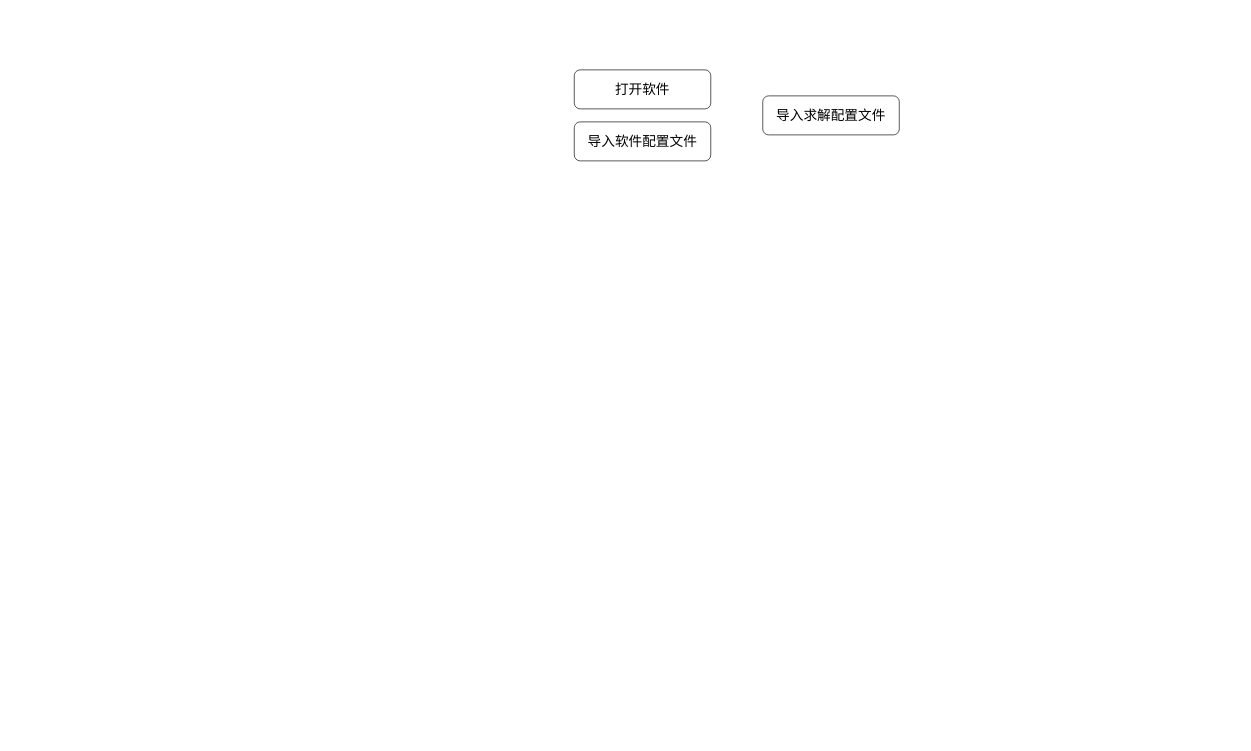
This is 未命名绘图.drawio from Aioops/git_test, a draw.io file, before an edit. Source tidied: cells renumbered, new cells numbered last; positions are measured from the earlier drawing's top-left corner, leaving out a move shared by most shapes. Both pictures are drawn from the tidied source at 65%, with x=0, y=0 at pixel (574, 70).
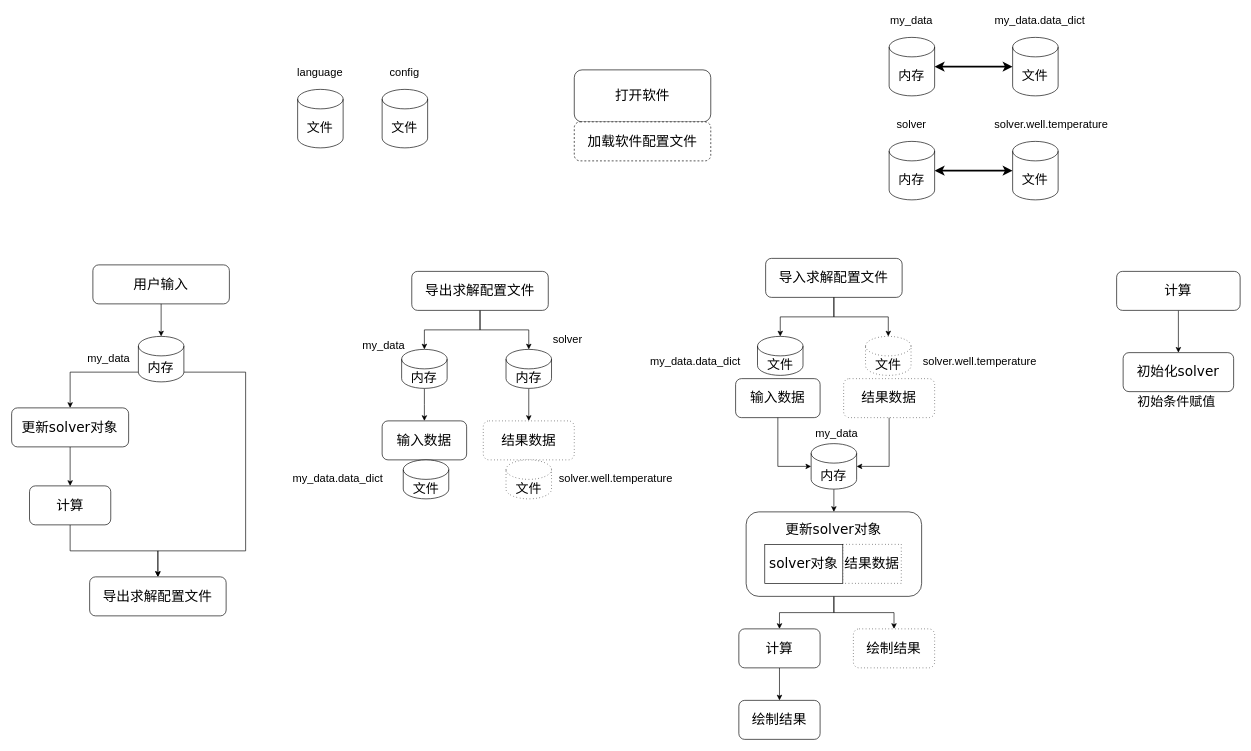
The same page after the edit.

Commit message:
更新未命名绘图.drawio

Change to the diagram source:
```diff
@@
     <mxCell id="2" value="&lt;font style=&quot;font-size: 21px;&quot;&gt;打开软件&lt;/font&gt;" style="rounded=1;whiteSpace=wrap;html=1;shadow=0;labelBackgroundColor=none;strokeWidth=1;fontFamily=Verdana;fontSize=8;align=center;" parent="1" vertex="1">
-      <mxGeometry width="210" height="60" as="geometry" />
+      <mxGeometry width="210" height="80" as="geometry" />
     </mxCell>
-    <mxCell id="3" value="&lt;span style=&quot;font-size: 21px;&quot;&gt;导入软件配置文件&lt;/span&gt;" style="rounded=1;whiteSpace=wrap;html=1;shadow=0;labelBackgroundColor=none;strokeWidth=1;fontFamily=Verdana;fontSize=8;align=center;" parent="1" vertex="1">
+    <mxCell id="3" value="&lt;span style=&quot;font-size: 21px;&quot;&gt;加载软件配置文件&lt;/span&gt;" style="rounded=1;whiteSpace=wrap;html=1;shadow=0;labelBackgroundColor=none;strokeWidth=1;fontFamily=Verdana;fontSize=8;align=center;glass=0;dashed=1;" parent="1" vertex="1">
       <mxGeometry y="80" width="210" height="60" as="geometry" />
     </mxCell>
     <mxCell id="4" value="&lt;span style=&quot;font-size: 21px;&quot;&gt;导入求解配置文件&lt;/span&gt;" style="rounded=1;whiteSpace=wrap;html=1;shadow=0;labelBackgroundColor=none;strokeWidth=1;fontFamily=Verdana;fontSize=8;align=center;" parent="1" vertex="1">
-      <mxGeometry x="290" y="40" width="210" height="60" as="geometry" />
+      <mxGeometry x="294.4" y="290" width="210" height="60" as="geometry" />
     </mxCell>
+    <mxCell id="5" style="edgeStyle=orthogonalEdgeStyle;rounded=0;jettySize=auto;html=1;exitX=0.5;exitY=1;exitDx=0;exitDy=0;" parent="1" edge="1" source="6" target="28">
+      <mxGeometry relative="1" as="geometry" />
+    </mxCell>
+    <mxCell id="6" value="&lt;span style=&quot;font-size: 21px;&quot;&gt;导出求解配置文件&lt;/span&gt;" style="rounded=1;whiteSpace=wrap;html=1;shadow=0;labelBackgroundColor=none;strokeWidth=1;fontFamily=Verdana;fontSize=8;align=center;" parent="1" vertex="1">
+      <mxGeometry x="-250" y="310" width="210" height="60" as="geometry" />
+    </mxCell>
+    <mxCell id="7" value="&lt;span style=&quot;font-size: 21px;&quot;&gt;输入数据&lt;/span&gt;" style="rounded=1;whiteSpace=wrap;html=1;shadow=0;labelBackgroundColor=none;strokeWidth=1;fontFamily=Verdana;fontSize=8;align=center;" parent="1" vertex="1">
+      <mxGeometry x="248.2" y="475" width="130" height="60" as="geometry" />
+    </mxCell>
+    <mxCell id="8" value="&lt;span style=&quot;font-size: 21px;&quot;&gt;结果数据&lt;/span&gt;" style="rounded=1;whiteSpace=wrap;html=1;shadow=0;labelBackgroundColor=none;strokeWidth=1;fontFamily=Verdana;fontSize=8;align=center;dashed=1;dashPattern=1 4;" parent="1" vertex="1">
+      <mxGeometry x="414.4" y="475" width="140" height="60" as="geometry" />
+    </mxCell>
+    <mxCell id="9" style="edgeStyle=orthogonalEdgeStyle;rounded=0;jettySize=auto;html=1;exitX=0.5;exitY=1;exitDx=0;exitDy=0;entryX=0.5;entryY=0;entryDx=0;entryDy=0;" parent="1" edge="1" source="11" target="13">
+      <mxGeometry relative="1" as="geometry" />
+    </mxCell>
+    <mxCell id="10" style="edgeStyle=orthogonalEdgeStyle;rounded=0;jettySize=auto;html=1;exitX=0.5;exitY=1;exitDx=0;exitDy=0;entryX=0.5;entryY=0;entryDx=0;entryDy=0;" parent="1" edge="1" source="11" target="14">
+      <mxGeometry relative="1" as="geometry" />
+    </mxCell>
+    <mxCell id="11" value="&lt;span style=&quot;font-size: 21px;&quot;&gt;更新solver对象&lt;/span&gt;&lt;div&gt;&lt;span style=&quot;font-size: 21px;&quot;&gt;&lt;br&gt;&lt;/span&gt;&lt;/div&gt;&lt;div&gt;&lt;span style=&quot;color: rgba(0, 0, 0, 0); font-family: monospace; font-size: 0px; text-align: start; text-wrap: nowrap; background-color: initial;&quot;&gt;&lt;br&gt;&lt;/span&gt;&lt;/div&gt;&lt;div&gt;&lt;span style=&quot;color: rgba(0, 0, 0, 0); font-family: monospace; font-size: 0px; text-align: start; text-wrap: nowrap; background-color: initial;&quot;&gt;&lt;br&gt;&lt;/span&gt;&lt;/div&gt;&lt;div&gt;&lt;span style=&quot;color: rgba(0, 0, 0, 0); font-family: monospace; font-size: 0px; text-align: start; text-wrap: nowrap; background-color: initial;&quot;&gt;&lt;br&gt;&lt;/span&gt;&lt;/div&gt;&lt;div&gt;&lt;span style=&quot;color: rgba(0, 0, 0, 0); font-family: monospace; font-size: 0px; text-align: start; text-wrap: nowrap; background-color: initial;&quot;&gt;&lt;br&gt;&lt;/span&gt;&lt;/div&gt;&lt;div&gt;&lt;span style=&quot;color: rgba(0, 0, 0, 0); font-family: monospace; font-size: 0px; text-align: start; text-wrap: nowrap; background-color: initial;&quot;&gt;&lt;br&gt;&lt;/span&gt;&lt;/div&gt;" style="rounded=1;whiteSpace=wrap;html=1;shadow=0;labelBackgroundColor=none;strokeWidth=1;fontFamily=Verdana;fontSize=8;align=center;" parent="1" vertex="1">
+      <mxGeometry x="264.4" y="680" width="270" height="130" as="geometry" />
+    </mxCell>
+    <mxCell id="12" style="edgeStyle=orthogonalEdgeStyle;rounded=0;jettySize=auto;html=1;exitX=0.5;exitY=1;exitDx=0;exitDy=0;entryX=0.5;entryY=0;entryDx=0;entryDy=0;" parent="1" edge="1" source="13" target="56">
+      <mxGeometry relative="1" as="geometry" />
+    </mxCell>
+    <mxCell id="13" value="&lt;span style=&quot;font-size: 21px;&quot;&gt;计算&lt;/span&gt;" style="rounded=1;whiteSpace=wrap;html=1;shadow=0;labelBackgroundColor=none;strokeWidth=1;fontFamily=Verdana;fontSize=8;align=center;" parent="1" vertex="1">
+      <mxGeometry x="253.2" y="860" width="125" height="60" as="geometry" />
+    </mxCell>
+    <mxCell id="14" value="&lt;span style=&quot;font-size: 21px;&quot;&gt;绘制结果&lt;/span&gt;" style="rounded=1;whiteSpace=wrap;html=1;shadow=0;labelBackgroundColor=none;strokeWidth=1;fontFamily=Verdana;fontSize=8;align=center;dashed=1;dashPattern=1 4;" parent="1" vertex="1">
+      <mxGeometry x="429.4" y="860" width="125" height="60" as="geometry" />
+    </mxCell>
+    <mxCell id="15" value="用户输入" style="rounded=1;whiteSpace=wrap;html=1;shadow=0;labelBackgroundColor=none;strokeWidth=1;fontFamily=Verdana;fontSize=21;align=center;" parent="1" vertex="1">
+      <mxGeometry x="-740.6" y="300" width="210" height="60" as="geometry" />
+    </mxCell>
+    <mxCell id="16" style="edgeStyle=orthogonalEdgeStyle;rounded=0;jettySize=auto;html=1;exitX=1;exitY=0.5;exitDx=0;exitDy=0;exitPerimeter=0;fontSize=18;targetPerimeterSpacing=0;strokeWidth=3;startArrow=classic;startFill=1;" parent="1" edge="1" source="17" target="18">
+      <mxGeometry relative="1" as="geometry" />
+    </mxCell>
+    <mxCell id="17" value="内存" style="shape=cylinder3;whiteSpace=wrap;html=1;boundedLbl=1;backgroundOutline=1;size=15;fontSize=20;" parent="1" vertex="1">
+      <mxGeometry x="484.4" y="-50" width="70" height="90" as="geometry" />
+    </mxCell>
+    <mxCell id="18" value="文件" style="shape=cylinder3;whiteSpace=wrap;html=1;boundedLbl=1;backgroundOutline=1;size=15;fontSize=20;" parent="1" vertex="1">
+      <mxGeometry x="674.4" y="-50" width="70" height="90" as="geometry" />
+    </mxCell>
+    <mxCell id="19" value="my_data" style="text;html=1;align=center;verticalAlign=middle;whiteSpace=wrap;rounded=0;fontSize=17;" parent="1" vertex="1">
+      <mxGeometry x="489.4" y="-90" width="60" height="30" as="geometry" />
+    </mxCell>
+    <mxCell id="20" value="my_data.data_dict" style="text;html=1;align=center;verticalAlign=middle;whiteSpace=wrap;rounded=0;fontSize=17;" parent="1" vertex="1">
+      <mxGeometry x="634.4" y="-90" width="165" height="30" as="geometry" />
+    </mxCell>
+    <mxCell id="21" style="edgeStyle=orthogonalEdgeStyle;rounded=0;jettySize=auto;html=1;exitX=1;exitY=0.5;exitDx=0;exitDy=0;exitPerimeter=0;fontSize=18;targetPerimeterSpacing=0;strokeWidth=3;startArrow=classic;startFill=1;" parent="1" edge="1" source="22" target="23">
+      <mxGeometry relative="1" as="geometry" />
+    </mxCell>
+    <mxCell id="22" value="内存" style="shape=cylinder3;whiteSpace=wrap;html=1;boundedLbl=1;backgroundOutline=1;size=15;fontSize=20;" parent="1" vertex="1">
+      <mxGeometry x="484.4" y="110" width="70" height="90" as="geometry" />
+    </mxCell>
+    <mxCell id="23" value="文件" style="shape=cylinder3;whiteSpace=wrap;html=1;boundedLbl=1;backgroundOutline=1;size=15;fontSize=20;" parent="1" vertex="1">
+      <mxGeometry x="674.4" y="110" width="70" height="90" as="geometry" />
+    </mxCell>
+    <mxCell id="24" value="solver" style="text;html=1;align=center;verticalAlign=middle;whiteSpace=wrap;rounded=0;fontSize=17;" parent="1" vertex="1">
+      <mxGeometry x="489.4" y="70" width="60" height="30" as="geometry" />
+    </mxCell>
+    <mxCell id="25" value="solver.well.temperature" style="text;html=1;align=center;verticalAlign=middle;whiteSpace=wrap;rounded=0;fontSize=17;" parent="1" vertex="1">
+      <mxGeometry x="634.4" y="70" width="200" height="30" as="geometry" />
+    </mxCell>
+    <mxCell id="26" value="文件" style="shape=cylinder3;whiteSpace=wrap;html=1;boundedLbl=1;backgroundOutline=1;size=15;fontSize=20;" parent="1" vertex="1">
+      <mxGeometry x="281.9" y="410" width="70" height="60" as="geometry" />
+    </mxCell>
+    <mxCell id="27" style="edgeStyle=orthogonalEdgeStyle;rounded=0;jettySize=auto;html=1;exitX=0.5;exitY=1;exitDx=0;exitDy=0;exitPerimeter=0;" parent="1" edge="1" source="28" target="50">
+      <mxGeometry relative="1" as="geometry" />
+    </mxCell>
+    <mxCell id="28" value="内存" style="shape=cylinder3;whiteSpace=wrap;html=1;boundedLbl=1;backgroundOutline=1;size=15;fontSize=20;" parent="1" vertex="1">
+      <mxGeometry x="-265.6" y="430" width="70" height="60" as="geometry" />
+    </mxCell>
+    <mxCell id="29" style="edgeStyle=orthogonalEdgeStyle;rounded=0;jettySize=auto;html=1;exitX=0.5;exitY=1;exitDx=0;exitDy=0;entryX=0.5;entryY=0;entryDx=0;entryDy=0;" parent="1" edge="1" source="30" target="40">
+      <mxGeometry relative="1" as="geometry" />
+    </mxCell>
+    <mxCell id="30" value="&lt;span style=&quot;font-size: 21px;&quot;&gt;更新solver对象&lt;/span&gt;" style="rounded=1;whiteSpace=wrap;html=1;shadow=0;labelBackgroundColor=none;strokeWidth=1;fontFamily=Verdana;fontSize=8;align=center;" parent="1" vertex="1">
+      <mxGeometry x="-865.6" y="520" width="180" height="60" as="geometry" />
+    </mxCell>
+    <mxCell id="31" style="edgeStyle=orthogonalEdgeStyle;rounded=0;jettySize=auto;html=1;exitX=0.5;exitY=1;exitDx=0;exitDy=0;exitPerimeter=0;entryX=0.5;entryY=0;entryDx=0;entryDy=0;" parent="1" edge="1" source="32" target="11">
+      <mxGeometry relative="1" as="geometry" />
+    </mxCell>
+    <mxCell id="32" value="内存" style="shape=cylinder3;whiteSpace=wrap;html=1;boundedLbl=1;backgroundOutline=1;size=15;fontSize=20;" parent="1" vertex="1">
+      <mxGeometry x="364.4" y="575" width="70" height="70" as="geometry" />
+    </mxCell>
+    <mxCell id="33" value="my_data" style="text;html=1;align=center;verticalAlign=middle;whiteSpace=wrap;rounded=0;fontSize=17;" parent="1" vertex="1">
+      <mxGeometry x="374.4" y="545" width="60" height="30" as="geometry" />
+    </mxCell>
+    <mxCell id="34" style="edgeStyle=orthogonalEdgeStyle;rounded=0;jettySize=auto;html=1;exitX=0;exitY=1;exitDx=0;exitDy=-15;exitPerimeter=0;entryX=0.5;entryY=0;entryDx=0;entryDy=0;" parent="1" edge="1" source="36" target="30">
+      <mxGeometry relative="1" as="geometry" />
+    </mxCell>
+    <mxCell id="35" style="edgeStyle=orthogonalEdgeStyle;rounded=0;jettySize=auto;html=1;exitX=1;exitY=1;exitDx=0;exitDy=-15;exitPerimeter=0;entryX=0.5;entryY=0;entryDx=0;entryDy=0;" parent="1" edge="1" source="36" target="41">
+      <mxGeometry relative="1" as="geometry">
+        <Array as="points">
+          <mxPoint x="-505.6" y="465" />
+          <mxPoint x="-505.6" y="740" />
+          <mxPoint x="-640.6" y="740" />
+        </Array>
+      </mxGeometry>
+    </mxCell>
+    <mxCell id="36" value="内存" style="shape=cylinder3;whiteSpace=wrap;html=1;boundedLbl=1;backgroundOutline=1;size=15;fontSize=20;" parent="1" vertex="1">
+      <mxGeometry x="-670.6" y="410" width="70" height="70" as="geometry" />
+    </mxCell>
+    <mxCell id="37" value="my_data" style="text;html=1;align=center;verticalAlign=middle;whiteSpace=wrap;rounded=0;fontSize=17;" parent="1" vertex="1">
+      <mxGeometry x="-745.6" y="430" width="60" height="30" as="geometry" />
+    </mxCell>
+    <mxCell id="38" value="文件" style="shape=cylinder3;whiteSpace=wrap;html=1;boundedLbl=1;backgroundOutline=1;size=15;fontSize=20;dashed=1;dashPattern=1 4;" parent="1" vertex="1">
+      <mxGeometry x="448.1" y="410" width="70" height="60" as="geometry" />
+    </mxCell>
+    <mxCell id="39" style="edgeStyle=orthogonalEdgeStyle;rounded=0;jettySize=auto;html=1;exitX=0.5;exitY=1;exitDx=0;exitDy=0;entryX=0.5;entryY=0;entryDx=0;entryDy=0;" parent="1" edge="1" source="40" target="41">
+      <mxGeometry relative="1" as="geometry" />
+    </mxCell>
+    <mxCell id="40" value="&lt;span style=&quot;font-size: 21px;&quot;&gt;计算&lt;/span&gt;" style="rounded=1;whiteSpace=wrap;html=1;shadow=0;labelBackgroundColor=none;strokeWidth=1;fontFamily=Verdana;fontSize=8;align=center;" parent="1" vertex="1">
+      <mxGeometry x="-838.1" y="640" width="125" height="60" as="geometry" />
+    </mxCell>
+    <mxCell id="41" value="&lt;span style=&quot;font-size: 21px;&quot;&gt;导出求解配置文件&lt;/span&gt;" style="rounded=1;whiteSpace=wrap;html=1;shadow=0;labelBackgroundColor=none;strokeWidth=1;fontFamily=Verdana;fontSize=8;align=center;" parent="1" vertex="1">
+      <mxGeometry x="-745.6" y="780" width="210" height="60" as="geometry" />
+    </mxCell>
+    <mxCell id="42" style="edgeStyle=orthogonalEdgeStyle;rounded=0;jettySize=auto;html=1;exitX=0.5;exitY=1;exitDx=0;exitDy=0;entryX=0.5;entryY=0;entryDx=0;entryDy=0;" parent="1" edge="1" source="43" target="57">
+      <mxGeometry relative="1" as="geometry" />
+    </mxCell>
+    <mxCell id="43" value="&lt;span style=&quot;font-size: 21px;&quot;&gt;计算&lt;/span&gt;" style="rounded=1;whiteSpace=wrap;html=1;shadow=0;labelBackgroundColor=none;strokeWidth=1;fontFamily=Verdana;fontSize=8;align=center;" parent="1" vertex="1">
+      <mxGeometry x="834.4" y="310" width="190" height="60" as="geometry" />
+    </mxCell>
+    <mxCell id="44" style="edgeStyle=orthogonalEdgeStyle;rounded=0;jettySize=auto;html=1;exitX=0.5;exitY=1;exitDx=0;exitDy=0;exitPerimeter=0;entryX=0.5;entryY=0;entryDx=0;entryDy=0;" parent="1" edge="1" source="45" target="51">
+      <mxGeometry relative="1" as="geometry" />
+    </mxCell>
+    <mxCell id="45" value="内存" style="shape=cylinder3;whiteSpace=wrap;html=1;boundedLbl=1;backgroundOutline=1;size=15;fontSize=20;" parent="1" vertex="1">
+      <mxGeometry x="-105" y="430" width="70" height="60" as="geometry" />
+    </mxCell>
+    <mxCell id="46" value="my_data.data_dict" style="text;html=1;align=center;verticalAlign=middle;whiteSpace=wrap;rounded=0;fontSize=17;" parent="1" vertex="1">
+      <mxGeometry x="104.4" y="435" width="165" height="30" as="geometry" />
+    </mxCell>
+    <mxCell id="47" value="solver.well.temperature" style="text;html=1;align=center;verticalAlign=middle;whiteSpace=wrap;rounded=0;fontSize=17;" parent="1" vertex="1">
+      <mxGeometry x="524.4" y="435" width="200" height="30" as="geometry" />
+    </mxCell>
+    <mxCell id="48" value="my_data" style="text;html=1;align=center;verticalAlign=middle;whiteSpace=wrap;rounded=0;fontSize=17;" parent="1" vertex="1">
+      <mxGeometry x="-323.1" y="410" width="60" height="30" as="geometry" />
+    </mxCell>
+    <mxCell id="49" value="solver" style="text;html=1;align=center;verticalAlign=middle;whiteSpace=wrap;rounded=0;fontSize=17;" parent="1" vertex="1">
+      <mxGeometry x="-40" y="400" width="60" height="30" as="geometry" />
+    </mxCell>
+    <mxCell id="50" value="&lt;span style=&quot;font-size: 21px;&quot;&gt;输入数据&lt;/span&gt;" style="rounded=1;whiteSpace=wrap;html=1;shadow=0;labelBackgroundColor=none;strokeWidth=1;fontFamily=Verdana;fontSize=8;align=center;" parent="1" vertex="1">
+      <mxGeometry x="-295.6" y="540" width="130" height="60" as="geometry" />
+    </mxCell>
+    <mxCell id="51" value="&lt;span style=&quot;font-size: 21px;&quot;&gt;结果数据&lt;/span&gt;" style="rounded=1;whiteSpace=wrap;html=1;shadow=0;labelBackgroundColor=none;strokeWidth=1;fontFamily=Verdana;fontSize=8;align=center;dashed=1;dashPattern=1 4;" parent="1" vertex="1">
+      <mxGeometry x="-140" y="540" width="140" height="60" as="geometry" />
+    </mxCell>
+    <mxCell id="52" value="文件" style="shape=cylinder3;whiteSpace=wrap;html=1;boundedLbl=1;backgroundOutline=1;size=15;fontSize=20;" parent="1" vertex="1">
+      <mxGeometry x="-263.1" y="600" width="70" height="60" as="geometry" />
+    </mxCell>
+    <mxCell id="53" value="文件" style="shape=cylinder3;whiteSpace=wrap;html=1;boundedLbl=1;backgroundOutline=1;size=15;fontSize=20;dashed=1;dashPattern=1 4;" parent="1" vertex="1">
+      <mxGeometry x="-105" y="600" width="70" height="60" as="geometry" />
+    </mxCell>
+    <mxCell id="54" value="my_data.data_dict" style="text;html=1;align=center;verticalAlign=middle;whiteSpace=wrap;rounded=0;fontSize=17;" parent="1" vertex="1">
+      <mxGeometry x="-445.6" y="615" width="165" height="30" as="geometry" />
+    </mxCell>
+    <mxCell id="55" value="solver.well.temperature" style="text;html=1;align=center;verticalAlign=middle;whiteSpace=wrap;rounded=0;fontSize=17;" parent="1" vertex="1">
+      <mxGeometry x="-35.6" y="615" width="200" height="30" as="geometry" />
+    </mxCell>
+    <mxCell id="56" value="&lt;span style=&quot;font-size: 21px;&quot;&gt;绘制结果&lt;/span&gt;" style="rounded=1;whiteSpace=wrap;html=1;shadow=0;labelBackgroundColor=none;strokeWidth=1;fontFamily=Verdana;fontSize=8;align=center;" parent="1" vertex="1">
+      <mxGeometry x="253.2" y="970" width="125" height="60" as="geometry" />
+    </mxCell>
+    <mxCell id="57" value="&lt;span style=&quot;font-size: 21px;&quot;&gt;初始化solver&lt;/span&gt;" style="rounded=1;whiteSpace=wrap;html=1;shadow=0;labelBackgroundColor=none;strokeWidth=1;fontFamily=Verdana;fontSize=8;align=center;" parent="1" vertex="1">
+      <mxGeometry x="844.4" y="435" width="170" height="60" as="geometry" />
+    </mxCell>
+    <mxCell id="58" value="初始条件赋值" style="text;html=1;align=center;verticalAlign=middle;whiteSpace=wrap;rounded=0;fontSize=20;" parent="1" vertex="1">
+      <mxGeometry x="844.4" y="495" width="165" height="30" as="geometry" />
+    </mxCell>
+    <mxCell id="59" value="文件" style="shape=cylinder3;whiteSpace=wrap;html=1;boundedLbl=1;backgroundOutline=1;size=15;fontSize=20;" parent="1" vertex="1">
+      <mxGeometry x="-295.6" y="30" width="70" height="90" as="geometry" />
+    </mxCell>
+    <mxCell id="60" value="config" style="text;html=1;align=center;verticalAlign=middle;whiteSpace=wrap;rounded=0;fontSize=17;" parent="1" vertex="1">
+      <mxGeometry x="-290.6" y="-10" width="60" height="30" as="geometry" />
+    </mxCell>
+    <mxCell id="61" value="文件" style="shape=cylinder3;whiteSpace=wrap;html=1;boundedLbl=1;backgroundOutline=1;size=15;fontSize=20;" parent="1" vertex="1">
+      <mxGeometry x="-425.6" y="30" width="70" height="90" as="geometry" />
+    </mxCell>
+    <mxCell id="62" value="language" style="text;html=1;align=center;verticalAlign=middle;whiteSpace=wrap;rounded=0;fontSize=17;" parent="1" vertex="1">
+      <mxGeometry x="-420.6" y="-10" width="60" height="30" as="geometry" />
+    </mxCell>
+    <mxCell id="63" style="edgeStyle=orthogonalEdgeStyle;rounded=0;jettySize=auto;html=1;exitX=0.5;exitY=1;exitDx=0;exitDy=0;entryX=0.5;entryY=0;entryDx=0;entryDy=0;entryPerimeter=0;" parent="1" edge="1" source="15" target="36">
+      <mxGeometry relative="1" as="geometry" />
+    </mxCell>
+    <mxCell id="64" style="edgeStyle=orthogonalEdgeStyle;rounded=0;jettySize=auto;html=1;exitX=0.5;exitY=1;exitDx=0;exitDy=0;entryX=0.5;entryY=0;entryDx=0;entryDy=0;entryPerimeter=0;" parent="1" edge="1" source="6" target="45">
+      <mxGeometry relative="1" as="geometry" />
+    </mxCell>
+    <mxCell id="65" style="edgeStyle=orthogonalEdgeStyle;rounded=0;jettySize=auto;html=1;exitX=0.5;exitY=1;exitDx=0;exitDy=0;entryX=0.5;entryY=0;entryDx=0;entryDy=0;entryPerimeter=0;" parent="1" edge="1" source="4" target="26">
+      <mxGeometry relative="1" as="geometry" />
+    </mxCell>
+    <mxCell id="66" style="edgeStyle=orthogonalEdgeStyle;rounded=0;jettySize=auto;html=1;exitX=0.5;exitY=1;exitDx=0;exitDy=0;entryX=0.5;entryY=0;entryDx=0;entryDy=0;entryPerimeter=0;" parent="1" edge="1" source="4" target="38">
+      <mxGeometry relative="1" as="geometry" />
+    </mxCell>
+    <mxCell id="67" style="edgeStyle=orthogonalEdgeStyle;rounded=0;jettySize=auto;html=1;exitX=0.5;exitY=1;exitDx=0;exitDy=0;entryX=0;entryY=0.5;entryDx=0;entryDy=0;entryPerimeter=0;" parent="1" edge="1" source="7" target="32">
+      <mxGeometry relative="1" as="geometry" />
+    </mxCell>
+    <mxCell id="68" style="edgeStyle=orthogonalEdgeStyle;rounded=0;jettySize=auto;html=1;exitX=0.5;exitY=1;exitDx=0;exitDy=0;entryX=1;entryY=0.5;entryDx=0;entryDy=0;entryPerimeter=0;" parent="1" edge="1" source="8" target="32">
+      <mxGeometry relative="1" as="geometry" />
+    </mxCell>
+    <mxCell id="69" style="group;" parent="1" vertex="1">
+      <mxGeometry x="293.1" y="730" width="210" height="60" as="geometry" />
+    </mxCell>
+    <mxCell id="70" value="&lt;span style=&quot;font-size: 21px;&quot;&gt;结果数据&lt;/span&gt;" style="rounded=1;whiteSpace=wrap;html=1;shadow=0;labelBackgroundColor=none;strokeWidth=1;fontFamily=Verdana;fontSize=8;align=center;dashed=1;dashPattern=1 4;arcSize=0;" parent="69" vertex="1">
+      <mxGeometry x="120" width="90" height="60" as="geometry" />
+    </mxCell>
+    <mxCell id="71" value="&lt;span style=&quot;font-size: 21px;&quot;&gt;solver对象&lt;/span&gt;" style="rounded=1;whiteSpace=wrap;html=1;shadow=0;labelBackgroundColor=none;strokeWidth=1;fontFamily=Verdana;fontSize=8;align=center;absoluteArcSize=0;arcSize=0;" parent="69" vertex="1">
+      <mxGeometry width="120" height="60" as="geometry" />
+    </mxCell>
```
